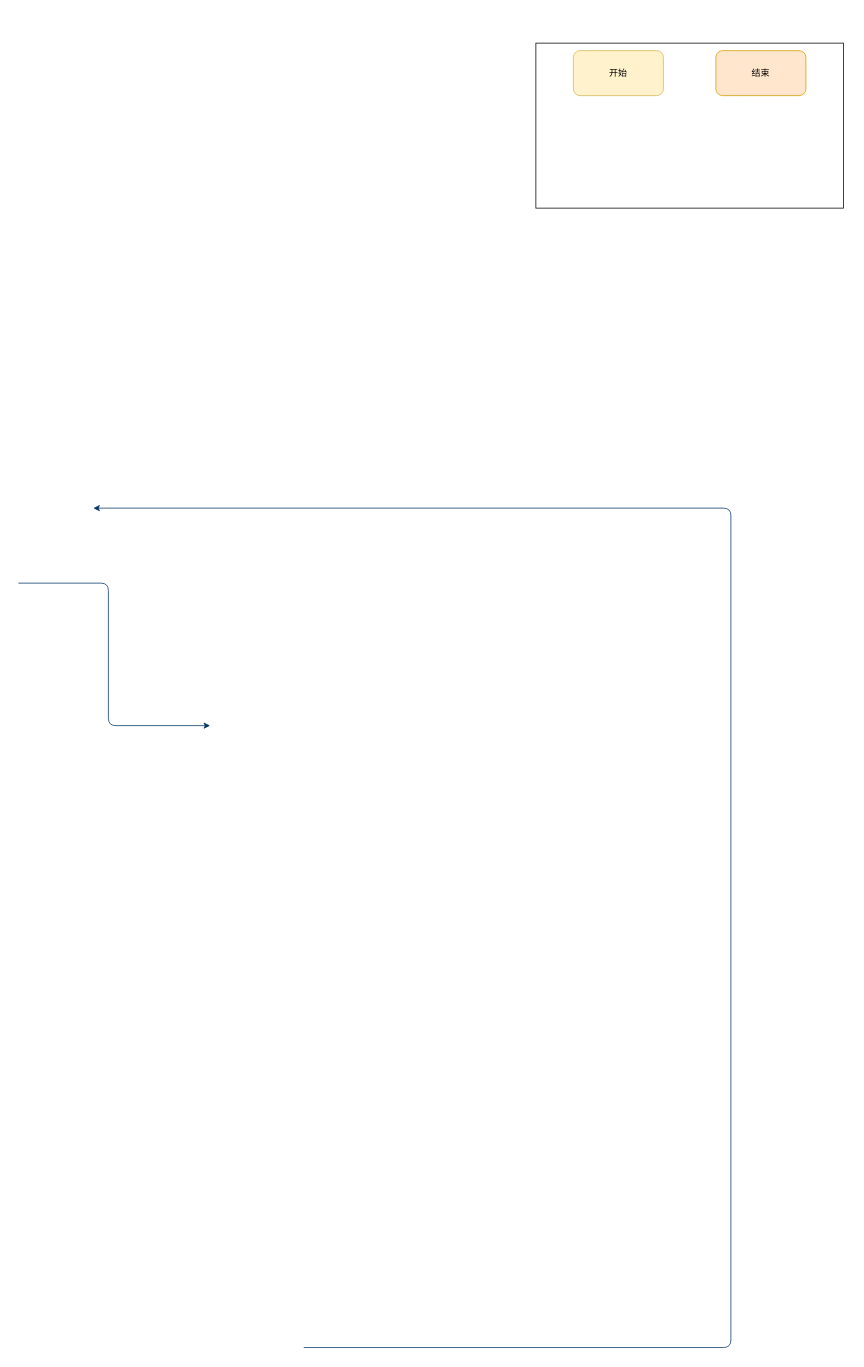
messi122/picture keeps this draw.io diagram as 流程图.drawio. Above is the earlier version. Source tidied: cells renumbered, new cells numbered last; positions are measured from the earlier drawing's top-left corner, leaving out a move shared by most shapes. Both pictures are drawn from the tidied source at 75%, with x=0, y=0 at pixel (18, 43).
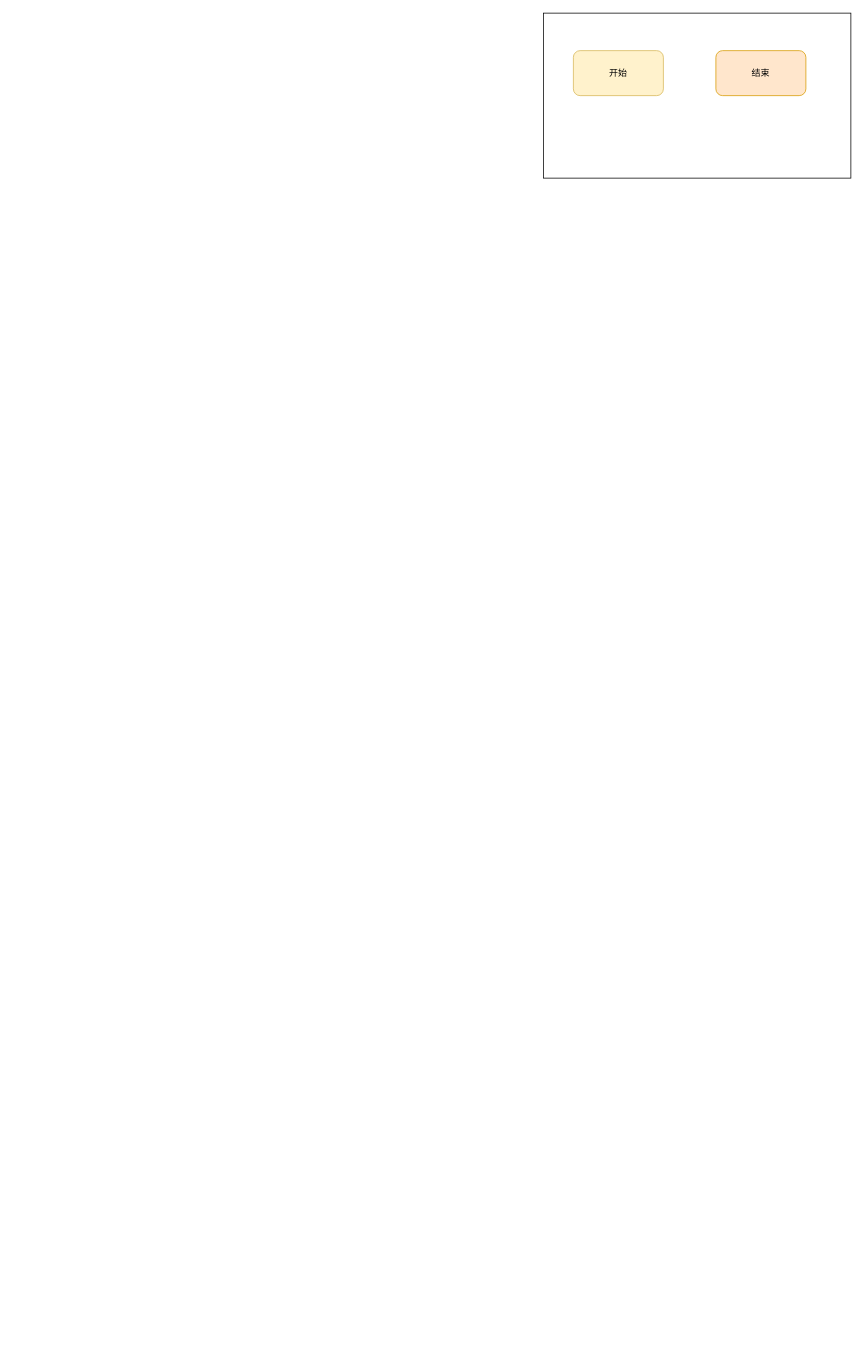
The same diagram, later.

What changed in the source:
```diff
@@
 <mxGraphModel>
   <root>
     <mxCell id="0" />
     <mxCell id="1" parent="0" />
     <mxCell id="2" style="rounded=0;whiteSpace=wrap;html=1;" parent="1" vertex="1">
-      <mxGeometry x="690" width="410" height="220" as="geometry" />
+      <mxGeometry x="700" y="-40" width="410" height="220" as="geometry" />
     </mxCell>
-    <mxCell id="3" style="edgeStyle=elbowEdgeStyle;elbow=horizontal;exitX=1;exitY=0.5;exitPerimeter=0;entryX=0.905;entryY=0.5;entryPerimeter=0;fontStyle=1;strokeColor=#003366;strokeWidth=1;html=1;" parent="1" edge="1">
-      <mxGeometry as="geometry">
-        <mxPoint x="380.5" y="1739.2" as="sourcePoint" />
-        <mxPoint x="100" y="620" as="targetPoint" />
-        <Array as="points">
-          <mxPoint x="950" y="1940" />
-        </Array>
-      </mxGeometry>
-    </mxCell>
-    <mxCell id="4" style="edgeStyle=elbowEdgeStyle;elbow=horizontal;exitX=0;exitY=0.5;exitPerimeter=0;entryX=0.095;entryY=0.5;entryPerimeter=0;fontStyle=1;strokeColor=#003366;strokeWidth=1;html=1;" parent="1" edge="1">
-      <mxGeometry as="geometry">
-        <mxPoint y="720" as="sourcePoint" />
-        <mxPoint x="255.6" y="910" as="targetPoint" />
-        <Array as="points">
-          <mxPoint x="120" y="1590" />
-        </Array>
-      </mxGeometry>
-    </mxCell>
     <mxCell id="5" value="开始" style="rounded=1;whiteSpace=wrap;html=1;fillColor=#fff2cc;strokeColor=#d6b656;" parent="1" vertex="1">
       <mxGeometry x="740" y="10" width="120" height="60" as="geometry" />
     </mxCell>
     <mxCell id="6" value="结束" style="rounded=1;whiteSpace=wrap;html=1;fillColor=#ffe6cc;strokeColor=#d79b00;" parent="1" vertex="1">
       <mxGeometry x="930" y="10" width="120" height="60" as="geometry" />
     </mxCell>
   </root>
 </mxGraphModel>
```
